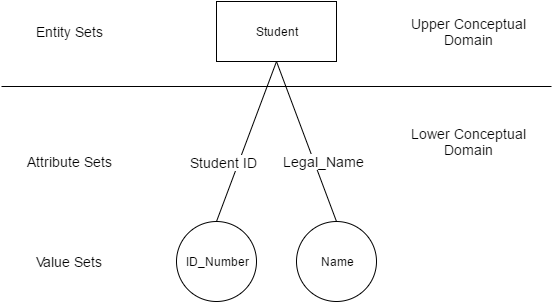
Earlier version of the draw.io export diagram/attribute.png (jackey1510/TopicsInCS). Source tidied: cells renumbered, new cells last; positions are measured from the earlier drawing's top-left corner, leaving out a move shared by most shapes.
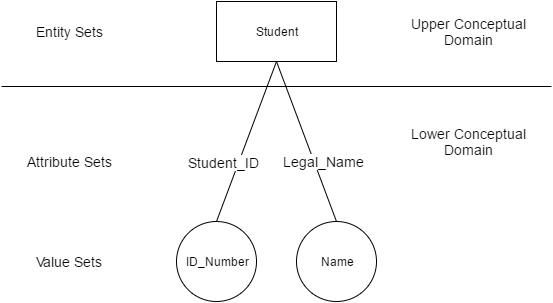
After the commit.

Change to the diagram source:
```diff
@@ -5,7 +5,7 @@
     <mxCell id="2" style="edgeStyle=none;rounded=0;html=1;exitX=0.5;exitY=1;jettySize=auto;endArrow=none;endFill=0;entryX=0.5;entryY=0;" parent="1" edge="1" source="6" target="9">
       <mxGeometry relative="1" as="geometry" />
     </mxCell>
-    <mxCell id="3" value="&lt;font style=&quot;font-size: 14px&quot;&gt;Student ID&lt;/font&gt;" style="text;html=1;align=center;verticalAlign=middle;labelBackgroundColor=#ffffff;" parent="2" vertex="1">
+    <mxCell id="3" value="&lt;font style=&quot;font-size: 14px&quot;&gt;Student_ID&lt;/font&gt;" style="text;html=1;align=center;verticalAlign=middle;labelBackgroundColor=#ffffff;" parent="2" vertex="1">
       <mxGeometry x="0.22" y="2" relative="1" as="geometry">
         <mxPoint x="-18" y="2" as="offset" />
       </mxGeometry>
```
